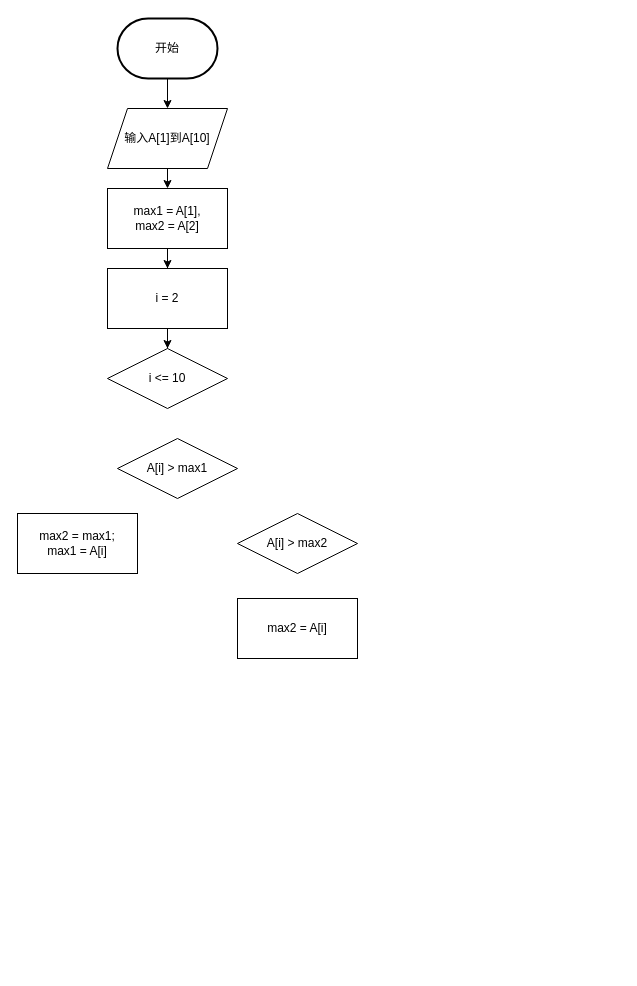
The draw.io diagram Test3.drawio in yxy235/SE, before the edit. Source tidied: cells renumbered, new cells numbered last; positions are measured from the earlier drawing's top-left corner, leaving out a move shared by most shapes. Both pictures are drawn from the tidied source at 100%, with x=0, y=0 at pixel (17, 18).
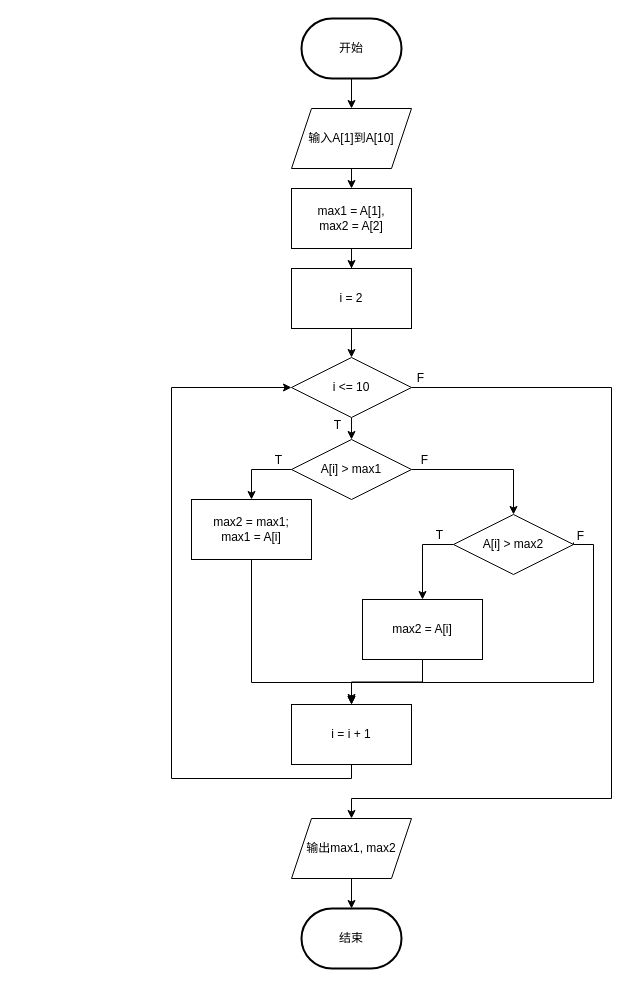
The same page after the edit.

Change to the diagram source:
```diff
@@
     <mxCell id="3" value="开始" style="strokeWidth=2;html=1;shape=mxgraph.flowchart.terminator;whiteSpace=wrap;" parent="1" vertex="1">
-      <mxGeometry x="100" width="100" height="60" as="geometry" />
+      <mxGeometry x="284" width="100" height="60" as="geometry" />
     </mxCell>
@@
     <mxCell id="5" value="输入A[1]到A[10]" style="shape=parallelogram;perimeter=parallelogramPerimeter;whiteSpace=wrap;html=1;fixedSize=1;" parent="1" vertex="1">
-      <mxGeometry x="90" y="90" width="120" height="60" as="geometry" />
+      <mxGeometry x="274" y="90" width="120" height="60" as="geometry" />
     </mxCell>
@@
     <mxCell id="7" value="&lt;div&gt;max1 = A[1], &lt;br&gt;&lt;/div&gt;&lt;div&gt;max2 = A[2]&lt;/div&gt;" style="rounded=0;whiteSpace=wrap;html=1;" parent="1" vertex="1">
-      <mxGeometry x="90" y="170" width="120" height="60" as="geometry" />
+      <mxGeometry x="274" y="170" width="120" height="60" as="geometry" />
     </mxCell>
@@
     <mxCell id="9" value="i = 2" style="rounded=0;whiteSpace=wrap;html=1;" parent="1" vertex="1">
-      <mxGeometry x="90" y="250" width="120" height="60" as="geometry" />
+      <mxGeometry x="274" y="250" width="120" height="60" as="geometry" />
     </mxCell>
+    <mxCell id="15" style="edgeStyle=orthogonalEdgeStyle;rounded=0;jettySize=auto;html=1;exitX=0.5;exitY=1;exitDx=0;exitDy=0;entryX=0.5;entryY=0;entryDx=0;entryDy=0;" parent="1" edge="1" source="10" target="14">
+      <mxGeometry relative="1" as="geometry" />
+    </mxCell>
+    <mxCell id="16" style="edgeStyle=orthogonalEdgeStyle;rounded=0;jettySize=auto;html=1;exitX=1;exitY=0.5;exitDx=0;exitDy=0;entryX=0.5;entryY=0;entryDx=0;entryDy=0;" parent="1" edge="1" source="10" target="25">
+      <mxGeometry relative="1" as="geometry">
+        <Array as="points">
+          <mxPoint x="594" y="369" />
+          <mxPoint x="594" y="780" />
+          <mxPoint x="334" y="780" />
+        </Array>
+      </mxGeometry>
+    </mxCell>
     <mxCell id="10" value="i &amp;lt;= 10" style="rhombus;whiteSpace=wrap;html=1;" parent="1" vertex="1">
-      <mxGeometry x="90" y="330" width="120" height="60" as="geometry" />
+      <mxGeometry x="274" y="339" width="120" height="60" as="geometry" />
     </mxCell>
+    <mxCell id="17" style="edgeStyle=orthogonalEdgeStyle;rounded=0;jettySize=auto;html=1;exitX=0;exitY=0.5;exitDx=0;exitDy=0;entryX=0.5;entryY=0;entryDx=0;entryDy=0;" parent="1" edge="1" source="11" target="13">
+      <mxGeometry relative="1" as="geometry" />
+    </mxCell>
+    <mxCell id="18" style="edgeStyle=orthogonalEdgeStyle;rounded=0;orthogonalLoop=1;jettySize=auto;html=1;exitX=1;exitY=0.5;exitDx=0;exitDy=0;entryX=0.5;entryY=0;entryDx=0;entryDy=0;" parent="1" edge="1">
+      <mxGeometry relative="1" as="geometry">
+        <mxPoint x="556" y="524" as="sourcePoint" />
+        <mxPoint x="334" y="684" as="targetPoint" />
+        <Array as="points">
+          <mxPoint x="556" y="526" />
+          <mxPoint x="576" y="526" />
+          <mxPoint x="576" y="664" />
+          <mxPoint x="334" y="664" />
+        </Array>
+      </mxGeometry>
+    </mxCell>
     <mxCell id="11" value="A[i] &amp;gt; max2" style="rhombus;whiteSpace=wrap;html=1;" parent="1" vertex="1">
-      <mxGeometry x="220" y="495" width="120" height="60" as="geometry" />
+      <mxGeometry x="436" y="496" width="120" height="60" as="geometry" />
     </mxCell>
+    <mxCell id="19" style="edgeStyle=orthogonalEdgeStyle;rounded=0;jettySize=auto;html=1;exitX=0.5;exitY=1;exitDx=0;exitDy=0;entryX=0.5;entryY=0;entryDx=0;entryDy=0;" parent="1" edge="1" source="12" target="27">
+      <mxGeometry relative="1" as="geometry">
+        <Array as="points">
+          <mxPoint x="234" y="664" />
+          <mxPoint x="334" y="664" />
+        </Array>
+      </mxGeometry>
+    </mxCell>
     <mxCell id="12" value="&lt;div&gt;max2 = max1;&lt;/div&gt;&lt;div&gt;max1 = A[i]&lt;br&gt;&lt;/div&gt;" style="rounded=0;whiteSpace=wrap;html=1;" parent="1" vertex="1">
-      <mxGeometry y="495" width="120" height="60" as="geometry" />
+      <mxGeometry x="174" y="481" width="120" height="60" as="geometry" />
     </mxCell>
+    <mxCell id="20" style="edgeStyle=orthogonalEdgeStyle;rounded=0;orthogonalLoop=1;jettySize=auto;html=1;" parent="1" edge="1">
+      <mxGeometry relative="1" as="geometry">
+        <mxPoint x="334" y="676" as="sourcePoint" />
+        <mxPoint x="334" y="676" as="targetPoint" />
+      </mxGeometry>
+    </mxCell>
+    <mxCell id="21" style="edgeStyle=orthogonalEdgeStyle;rounded=0;jettySize=auto;html=1;exitX=0.5;exitY=1;exitDx=0;exitDy=0;entryX=0.5;entryY=0;entryDx=0;entryDy=0;" parent="1" edge="1" source="13" target="27">
+      <mxGeometry relative="1" as="geometry" />
+    </mxCell>
     <mxCell id="13" value="max2 = A[i]" style="rounded=0;whiteSpace=wrap;html=1;" parent="1" vertex="1">
-      <mxGeometry x="220" y="580" width="120" height="60" as="geometry" />
+      <mxGeometry x="345" y="581" width="120" height="60" as="geometry" />
     </mxCell>
+    <mxCell id="22" style="edgeStyle=orthogonalEdgeStyle;rounded=0;jettySize=auto;html=1;exitX=0;exitY=0.5;exitDx=0;exitDy=0;entryX=0.5;entryY=0;entryDx=0;entryDy=0;" parent="1" edge="1" source="14" target="12">
+      <mxGeometry relative="1" as="geometry" />
+    </mxCell>
+    <mxCell id="23" style="edgeStyle=orthogonalEdgeStyle;rounded=0;jettySize=auto;html=1;exitX=1;exitY=0.5;exitDx=0;exitDy=0;entryX=0.5;entryY=0;entryDx=0;entryDy=0;" parent="1" edge="1" source="14" target="11">
+      <mxGeometry relative="1" as="geometry" />
+    </mxCell>
     <mxCell id="14" value="A[i] &amp;gt; max1" style="rhombus;whiteSpace=wrap;html=1;" parent="1" vertex="1">
-      <mxGeometry x="100" y="420" width="120" height="60" as="geometry" />
+      <mxGeometry x="274" y="421" width="120" height="60" as="geometry" />
     </mxCell>
+    <mxCell id="24" style="edgeStyle=orthogonalEdgeStyle;rounded=0;jettySize=auto;html=1;exitX=0.5;exitY=1;exitDx=0;exitDy=0;entryX=0.5;entryY=0;entryDx=0;entryDy=0;entryPerimeter=0;" parent="1" edge="1" source="25" target="34">
+      <mxGeometry relative="1" as="geometry" />
+    </mxCell>
+    <mxCell id="25" value="&lt;div&gt;输出max1, max2&lt;/div&gt;" style="shape=parallelogram;perimeter=parallelogramPerimeter;whiteSpace=wrap;html=1;fixedSize=1;" parent="1" vertex="1">
+      <mxGeometry x="274" y="800" width="120" height="60" as="geometry" />
+    </mxCell>
+    <mxCell id="26" style="edgeStyle=orthogonalEdgeStyle;rounded=0;jettySize=auto;html=1;exitX=0.5;exitY=1;exitDx=0;exitDy=0;entryX=0;entryY=0.5;entryDx=0;entryDy=0;" parent="1" edge="1" source="27" target="10">
+      <mxGeometry relative="1" as="geometry">
+        <Array as="points">
+          <mxPoint x="334" y="760" />
+          <mxPoint x="154" y="760" />
+          <mxPoint x="154" y="369" />
+        </Array>
+      </mxGeometry>
+    </mxCell>
+    <mxCell id="27" value="i = i + 1" style="rounded=0;whiteSpace=wrap;html=1;" parent="1" vertex="1">
+      <mxGeometry x="274" y="686" width="120" height="60" as="geometry" />
+    </mxCell>
+    <mxCell id="28" value="&lt;div&gt;T&lt;/div&gt;" style="text;html=1;align=center;verticalAlign=middle;strokeColor=none;fillColor=none;" parent="1" vertex="1">
+      <mxGeometry x="246" y="427" width="30" height="30" as="geometry" />
+    </mxCell>
+    <mxCell id="29" value="&lt;div&gt;T&lt;/div&gt;" style="text;html=1;align=center;verticalAlign=middle;strokeColor=none;fillColor=none;" parent="1" vertex="1">
+      <mxGeometry x="407" y="502" width="30" height="30" as="geometry" />
+    </mxCell>
+    <mxCell id="30" value="&lt;div&gt;F&lt;/div&gt;" style="text;html=1;align=center;verticalAlign=middle;strokeColor=none;fillColor=none;" parent="1" vertex="1">
+      <mxGeometry x="392" y="427" width="30" height="30" as="geometry" />
+    </mxCell>
+    <mxCell id="31" value="&lt;div&gt;F&lt;/div&gt;" style="text;html=1;align=center;verticalAlign=middle;strokeColor=none;fillColor=none;" parent="1" vertex="1">
+      <mxGeometry x="548" y="503" width="30" height="30" as="geometry" />
+    </mxCell>
+    <mxCell id="32" value="&lt;div&gt;T&lt;/div&gt;" style="text;html=1;align=center;verticalAlign=middle;strokeColor=none;fillColor=none;" parent="1" vertex="1">
+      <mxGeometry x="305" y="392" width="30" height="30" as="geometry" />
+    </mxCell>
+    <mxCell id="33" value="&lt;div&gt;F&lt;/div&gt;" style="text;html=1;align=center;verticalAlign=middle;strokeColor=none;fillColor=none;" parent="1" vertex="1">
+      <mxGeometry x="388" y="345" width="30" height="30" as="geometry" />
+    </mxCell>
+    <mxCell id="34" value="结束" style="strokeWidth=2;html=1;shape=mxgraph.flowchart.terminator;whiteSpace=wrap;" parent="1" vertex="1">
+      <mxGeometry x="284" y="890" width="100" height="60" as="geometry" />
+    </mxCell>
```
